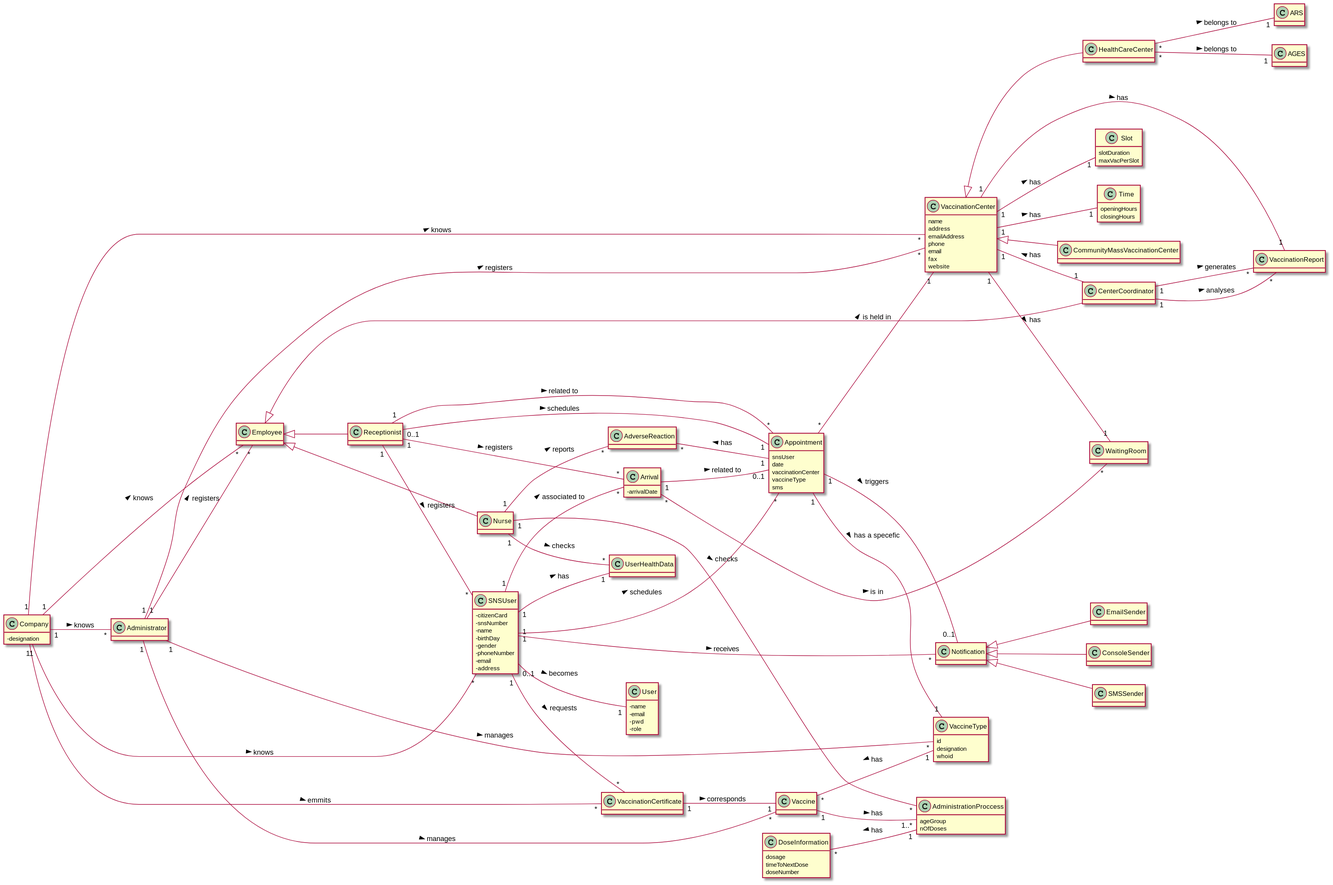
Before: docs/SprintD/DM.svg, a diagram exported from PlantUML (miseEnPlace-i/lapr2).
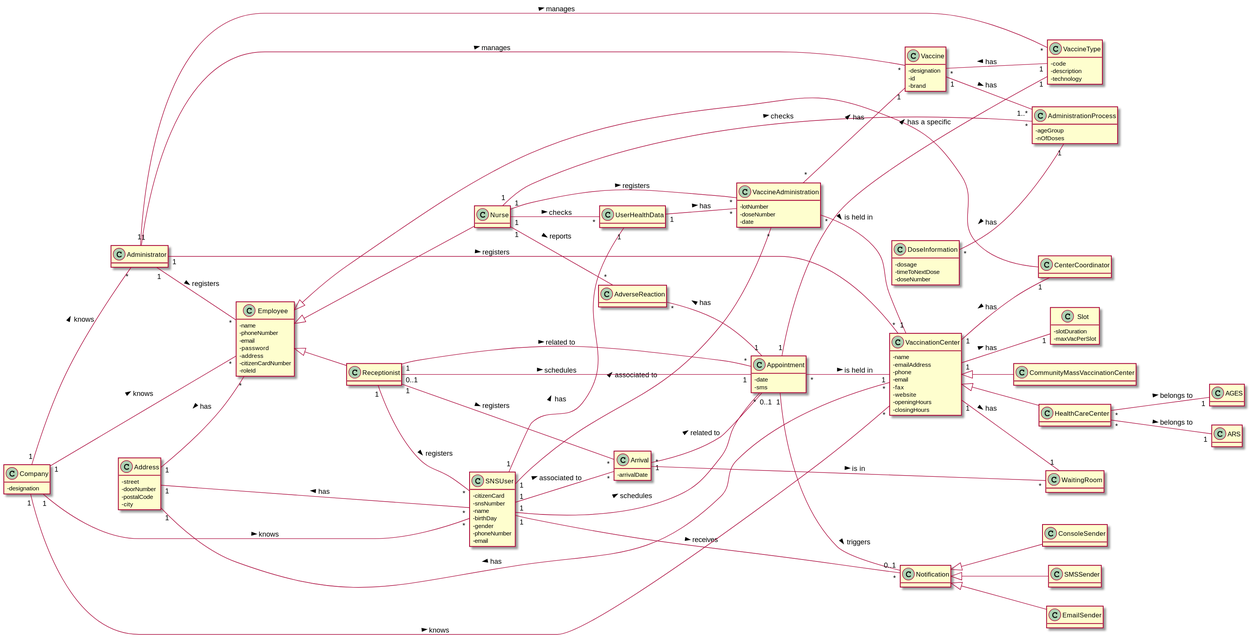
Later version of the same file.

Diff of the diagram source:
```diff
@@ -13,21 +13,26 @@
 class HealthCareCenter {}
 
 class VaccinationCenter {
-  name
-  address
-  emailAddress
-  phone
-  email
-  fax
-  website
+  -name
+  -emailAddress
+  -phone
+  -email
+  -fax
+  -website
+  -openingHours
+  -closingHours
 }
 
-class Vaccine {}
+class Vaccine {
+  -designation
+  -id
+  -brand
+}
 
 class VaccineType {
-  id
-  designation
-  whoid
+  -code
+  -description
+  -technology
 }
 
 class SNSUser {
@@ -38,21 +43,21 @@
   - gender
   - phoneNumber
   - email
-  - address
-}
-
-class User {
-  - name
-  - email
-  - pwd
-  - role
 }
 
 class UserHealthData {}
 
 class Administrator {}
 
-class Employee {}
+class Employee {
+  -name
+  -phoneNumber
+  -email
+  -password
+  -address
+  -citizenCardNumber
+  -roleId
+}
 
 class Nurse {}
 
@@ -61,16 +66,19 @@
 class CenterCoordinator {}
 
 class Appointment {
-  snsUser
-  date
-  vaccinationCenter
-  vaccineType
-  sms
+  -date
+  -sms
 }
 
-class AdministrationProccess {
-  ageGroup
-  nOfDoses
+class VaccineAdministration {
+  -lotNumber
+  -doseNumber
+  -date
+}
+
+class AdministrationProcess {
+  -ageGroup
+  -nOfDoses
 }
 
 class AGES {}
@@ -78,19 +86,14 @@
 class ARS {}
 
 class DoseInformation {
-  dosage
-  timeToNextDose
-  doseNumber
+  -dosage
+  -timeToNextDose
+  -doseNumber
 }
 
 class Slot {
-  slotDuration
-  maxVacPerSlot
-}
-
-class Time {
-  openingHours
-  closingHours
+  -slotDuration
+  -maxVacPerSlot
 }
 
 class Notification {}
@@ -101,11 +104,21 @@
 
 class WaitingRoom {}
 
+class Address {
+  -street
+  -doorNumber
+  -postalCode
+  -city
+}
+
+Address "1" -- "*" Employee : has <
+Address "1" -- "*" VaccinationCenter : has <
+Address "1" -- "*" SNSUser : has <
 
 Arrival "1" -- "0..1" Appointment : related to >
 Arrival "*" -- "*" WaitingRoom : is in >
 
-DoseInformation "*" -- "1" AdministrationProccess : has <
+DoseInformation "*" -- "1" AdministrationProcess : has <
 
 Vaccine "*" -- "1" VaccineType : has <
 
@@ -118,13 +131,12 @@
 
 VaccinationCenter "1" -- "1" CenterCoordinator : has <
 VaccinationCenter "1" -- "1" Slot : has >
-VaccinationCenter "1" -- "1" Time : has >
 
 HealthCareCenter "*" -- "1" AGES : belongs to >
 HealthCareCenter "*" -- "1" ARS : belongs to >
 
 Appointment "*" -- "1" VaccinationCenter : is held in >
-Appointment "1" -- "1" VaccineType : has a specefic >
+Appointment "1" -- "1" VaccineType : has a specific >
 Appointment "1" -- "0..1" Notification : triggers >
 
 Receptionist "1" -- "*" SNSUser : registers >
@@ -134,19 +146,14 @@
 Administrator "1" -- "*" VaccineType : manages >
 Administrator "1" -- "*" Vaccine : manages >
 
-Vaccine "1" -- "1..*" AdministrationProccess : has >
+Vaccine "1" -- "1..*" AdministrationProcess : has >
 
 SNSUser "1" -- "*" Appointment : schedules >
 SNSUser "1" -- "*" Arrival : associated to >
 SNSUser "1" -- "1" UserHealthData : has >
 SNSUser "1" -- "*" Notification : receives >
-SNSUser "1" -- "*" VaccinationCertificate : requests >
-SNSUser "0..1" -- "1" User : becomes >
+SNSUser "1" -- "*" VaccineAdministration : associated to >
 
-
-VaccinationCertificate "1" -- "1" Vaccine : corresponds >
-
-Company "1" -- "*" VaccinationCertificate : emmits >
 Company "1" -- "*" Employee : knows >
 Company "1" -- "*" VaccinationCenter : knows >
 Company "1" -- "*" SNSUser : knows >
@@ -158,14 +165,11 @@
 
 Nurse "1" -- "*" AdverseReaction : reports >
 Nurse "1" -- "*" UserHealthData : checks >
+Nurse "1" -- "*" VaccineAdministration : registers >
 
-VaccinationCenter "1" -- "1" VaccinationReport : has >
 VaccinationCenter "1" -- "1" WaitingRoom : has >
 
-CenterCoordinator "1" -- "*" VaccinationReport : analyses >
-CenterCoordinator "1" -- "*" VaccinationReport : generates >
-
-Nurse "1" -- "*" AdministrationProccess : checks >
+Nurse "1" -- "*" AdministrationProcess : checks >
 
 Notification <|-- SMSSender
 Notification <|-- EmailSender
@@ -173,4 +177,9 @@
 
 AdverseReaction "*" -- "1" Appointment : has <
 
+VaccineAdministration "*" -- "1" Vaccine : has >
+VaccineAdministration "*" -- "1" VaccinationCenter : is held in >
+
+UserHealthData "1" -- "*" VaccineAdministration : has >
+
 @enduml
```
